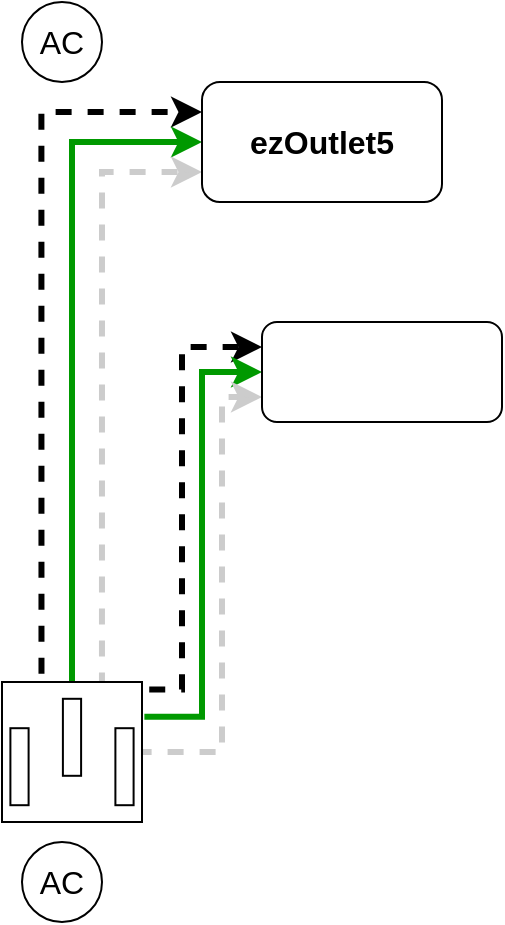
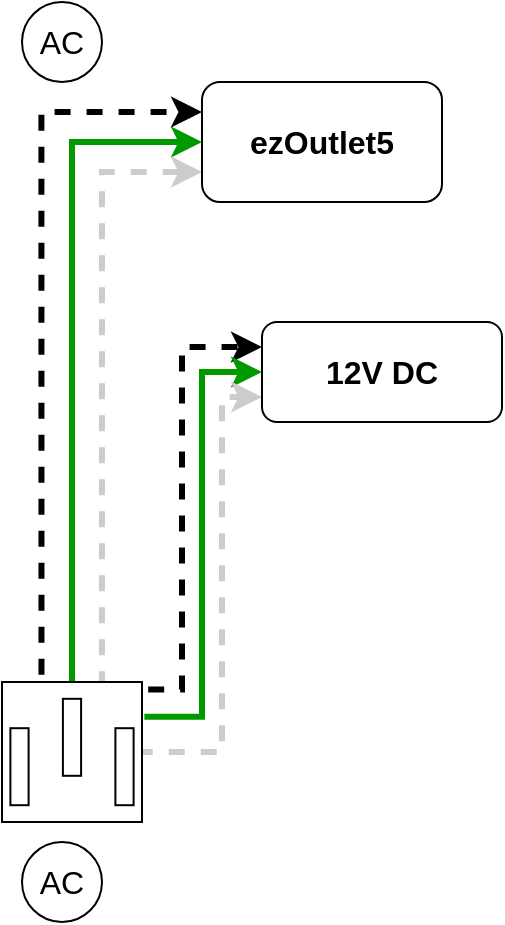
<mxfile host="app.diagrams.net" agent="Mozilla/5.0 (Windows NT 10.0; Win64; x64) AppleWebKit/537.36 (KHTML, like Gecko) Chrome/131.0.0.0 Safari/537.36 Edg/131.0.0.0" version="25.0.3">
  <diagram name="Page-1" id="VlRkN-xOVygPYa-iD9Ir">
    <mxGraphModel dx="1050" dy="658" grid="1" gridSize="10" guides="1" tooltips="1" connect="1" arrows="1" fold="1" page="1" pageScale="1" pageWidth="1169" pageHeight="827" background="none" math="0" shadow="0">
      <root>
        <mxCell id="0" />
        <mxCell id="1" parent="0" />
        <mxCell id="JVLtuT8sySUBbFbLTn6r-3" style="edgeStyle=orthogonalEdgeStyle;rounded=0;orthogonalLoop=1;jettySize=auto;html=1;entryX=0;entryY=0.25;entryDx=0;entryDy=0;exitX=0.282;exitY=-0.013;exitDx=0;exitDy=0;exitPerimeter=0;strokeWidth=3;flowAnimation=1;flowAnimationDirection=alternate;" edge="1" parent="1" source="pD8juBFKP1GN8B8eYQTb-1" target="pD8juBFKP1GN8B8eYQTb-3">
          <mxGeometry relative="1" as="geometry" />
        </mxCell>
        <mxCell id="JVLtuT8sySUBbFbLTn6r-4" style="edgeStyle=orthogonalEdgeStyle;rounded=0;orthogonalLoop=1;jettySize=auto;html=1;exitX=0.5;exitY=0;exitDx=0;exitDy=0;exitPerimeter=0;entryX=0;entryY=0.5;entryDx=0;entryDy=0;strokeColor=#009900;strokeWidth=3;" edge="1" parent="1" source="pD8juBFKP1GN8B8eYQTb-1" target="pD8juBFKP1GN8B8eYQTb-3">
          <mxGeometry relative="1" as="geometry" />
        </mxCell>
        <mxCell id="JVLtuT8sySUBbFbLTn6r-5" style="edgeStyle=orthogonalEdgeStyle;rounded=0;orthogonalLoop=1;jettySize=auto;html=1;entryX=0;entryY=0.75;entryDx=0;entryDy=0;exitX=0.714;exitY=0;exitDx=0;exitDy=0;exitPerimeter=0;strokeWidth=3;strokeColor=#CCCCCC;flowAnimation=1;flowAnimationDirection=alternate-reverse;" edge="1" parent="1" source="pD8juBFKP1GN8B8eYQTb-1" target="pD8juBFKP1GN8B8eYQTb-3">
          <mxGeometry relative="1" as="geometry">
            <mxPoint x="120" y="320" as="targetPoint" />
          </mxGeometry>
        </mxCell>
        <mxCell id="JVLtuT8sySUBbFbLTn6r-6" style="edgeStyle=orthogonalEdgeStyle;rounded=0;orthogonalLoop=1;jettySize=auto;html=1;entryX=0;entryY=0.25;entryDx=0;entryDy=0;exitX=1.006;exitY=0.054;exitDx=0;exitDy=0;exitPerimeter=0;strokeWidth=3;flowAnimation=1;flowAnimationDirection=alternate;" edge="1" parent="1" source="pD8juBFKP1GN8B8eYQTb-1" target="pD8juBFKP1GN8B8eYQTb-24">
          <mxGeometry relative="1" as="geometry">
            <Array as="points">
              <mxPoint x="120" y="404" />
              <mxPoint x="120" y="233" />
            </Array>
          </mxGeometry>
        </mxCell>
        <mxCell id="JVLtuT8sySUBbFbLTn6r-7" style="edgeStyle=orthogonalEdgeStyle;rounded=0;orthogonalLoop=1;jettySize=auto;html=1;entryX=0;entryY=0.5;entryDx=0;entryDy=0;exitX=1.017;exitY=0.249;exitDx=0;exitDy=0;exitPerimeter=0;strokeWidth=3;strokeColor=#009900;" edge="1" parent="1" source="pD8juBFKP1GN8B8eYQTb-1" target="pD8juBFKP1GN8B8eYQTb-24">
          <mxGeometry relative="1" as="geometry" />
        </mxCell>
        <mxCell id="JVLtuT8sySUBbFbLTn6r-8" style="edgeStyle=orthogonalEdgeStyle;rounded=0;orthogonalLoop=1;jettySize=auto;html=1;entryX=0;entryY=0.75;entryDx=0;entryDy=0;strokeColor=#CCCCCC;strokeWidth=3;flowAnimation=1;flowAnimationDirection=alternate-reverse;" edge="1" parent="1" source="pD8juBFKP1GN8B8eYQTb-1" target="pD8juBFKP1GN8B8eYQTb-24">
          <mxGeometry relative="1" as="geometry">
            <Array as="points">
              <mxPoint x="140" y="435" />
              <mxPoint x="140" y="258" />
            </Array>
          </mxGeometry>
        </mxCell>
        <mxCell id="pD8juBFKP1GN8B8eYQTb-1" value="" style="pointerEvents=1;verticalLabelPosition=bottom;shadow=0;dashed=0;align=center;html=1;verticalAlign=top;shape=mxgraph.electrical.miscellaneous.ac_out" parent="1" vertex="1">
          <mxGeometry x="30" y="400" width="70" height="70" as="geometry" />
        </mxCell>
-         <mxCell id="pD8juBFKP1GN8B8eYQTb-3" value="" style="rounded=1;whiteSpace=wrap;html=1;" parent="1" vertex="1">
-           <mxGeometry x="130" y="100" width="120" height="60" as="geometry" />
-         </mxCell>
-         <mxCell id="pD8juBFKP1GN8B8eYQTb-15" value="&lt;b&gt;ezOutlet5&lt;/b&gt;" style="text;html=1;align=center;verticalAlign=middle;whiteSpace=wrap;rounded=0;fontSize=16;" parent="1" vertex="1">
-           <mxGeometry x="160" y="110" width="60" height="40" as="geometry" />
-         </mxCell>
-         <mxCell id="pD8juBFKP1GN8B8eYQTb-24" value="" style="rounded=1;whiteSpace=wrap;html=1;" parent="1" vertex="1">
-           <mxGeometry x="160" y="220" width="120" height="50" as="geometry" />
-         </mxCell>
        <mxCell id="JVLtuT8sySUBbFbLTn6r-1" value="" style="group" vertex="1" connectable="0" parent="1">
          <mxGeometry x="30" y="480" width="60" height="40" as="geometry" />
        </mxCell>
        <mxCell id="pD8juBFKP1GN8B8eYQTb-22" value="AC" style="text;html=1;align=center;verticalAlign=middle;whiteSpace=wrap;rounded=0;fontSize=16;" parent="JVLtuT8sySUBbFbLTn6r-1" vertex="1">
          <mxGeometry y="5" width="60" height="30" as="geometry" />
        </mxCell>
        <mxCell id="pD8juBFKP1GN8B8eYQTb-23" value="" style="ellipse;whiteSpace=wrap;html=1;fillColor=none;" parent="JVLtuT8sySUBbFbLTn6r-1" vertex="1">
          <mxGeometry x="10" width="40" height="40" as="geometry" />
        </mxCell>
        <mxCell id="JVLtuT8sySUBbFbLTn6r-2" value="" style="group" vertex="1" connectable="0" parent="1">
          <mxGeometry x="30" y="60" width="60" height="40" as="geometry" />
        </mxCell>
        <mxCell id="pD8juBFKP1GN8B8eYQTb-9" value="" style="ellipse;whiteSpace=wrap;html=1;fillColor=none;" parent="JVLtuT8sySUBbFbLTn6r-2" vertex="1">
          <mxGeometry x="10" width="40" height="40" as="geometry" />
        </mxCell>
        <mxCell id="pD8juBFKP1GN8B8eYQTb-11" value="AC" style="text;html=1;align=center;verticalAlign=middle;whiteSpace=wrap;rounded=0;fontSize=16;" parent="JVLtuT8sySUBbFbLTn6r-2" vertex="1">
          <mxGeometry y="5" width="60" height="30" as="geometry" />
        </mxCell>
+         <mxCell id="JVLtuT8sySUBbFbLTn6r-9" value="" style="group" vertex="1" connectable="0" parent="1">
+           <mxGeometry x="130" y="100" width="120" height="60" as="geometry" />
+         </mxCell>
+         <mxCell id="pD8juBFKP1GN8B8eYQTb-3" value="" style="rounded=1;whiteSpace=wrap;html=1;" parent="JVLtuT8sySUBbFbLTn6r-9" vertex="1">
+           <mxGeometry width="120" height="60" as="geometry" />
+         </mxCell>
+         <mxCell id="pD8juBFKP1GN8B8eYQTb-15" value="&lt;b&gt;ezOutlet5&lt;/b&gt;" style="text;html=1;align=center;verticalAlign=middle;whiteSpace=wrap;rounded=0;fontSize=16;" parent="JVLtuT8sySUBbFbLTn6r-9" vertex="1">
+           <mxGeometry x="30" y="10" width="60" height="40" as="geometry" />
+         </mxCell>
+         <mxCell id="JVLtuT8sySUBbFbLTn6r-11" value="" style="group" vertex="1" connectable="0" parent="1">
+           <mxGeometry x="160" y="220" width="120" height="50" as="geometry" />
+         </mxCell>
+         <mxCell id="pD8juBFKP1GN8B8eYQTb-24" value="" style="rounded=1;whiteSpace=wrap;html=1;" parent="JVLtuT8sySUBbFbLTn6r-11" vertex="1">
+           <mxGeometry width="120" height="50" as="geometry" />
+         </mxCell>
+         <mxCell id="JVLtuT8sySUBbFbLTn6r-10" value="&lt;font style=&quot;font-size: 16px;&quot;&gt;&lt;b&gt;12V DC&lt;/b&gt;&lt;/font&gt;" style="text;html=1;align=center;verticalAlign=middle;whiteSpace=wrap;rounded=0;" vertex="1" parent="JVLtuT8sySUBbFbLTn6r-11">
+           <mxGeometry x="30" y="10" width="60" height="30" as="geometry" />
+         </mxCell>
      </root>
    </mxGraphModel>
  </diagram>
</mxfile>
